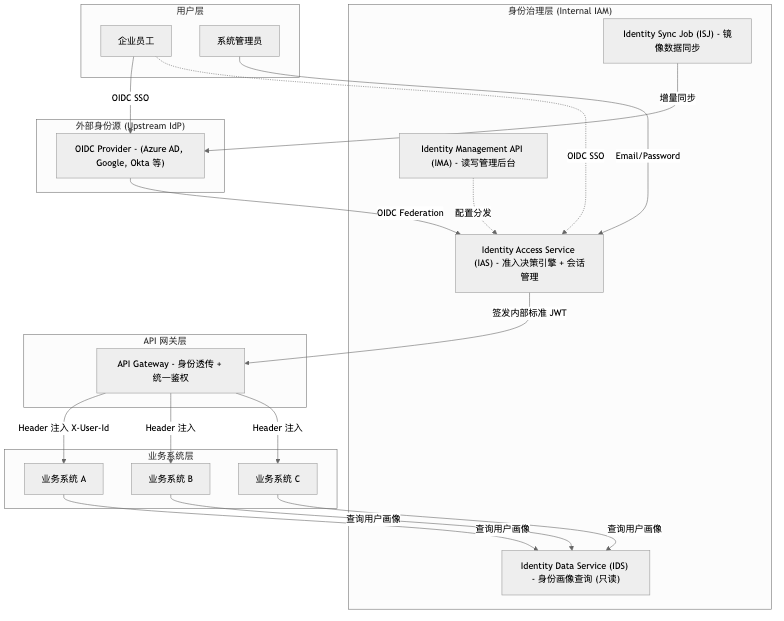
Above: wechat-articles/images/iam-architecture/01-architecture-overview.png in yinghuzhu/yinghuzhu.github.io (Mermaid), before the change. Its source is kept beside it as wechat-articles/images/iam-architecture/01-architecture-overview.mmd. The source it was exported from:
```mermaid
graph TB
    subgraph U["用户层"]
        EU["企业员工"]
        AD["系统管理员"]
    end

    subgraph A["外部身份源 (Upstream IdP)"]
        IDP["OIDC Provider - (Azure AD, Google, Okta 等)"]
    end

    subgraph I["身份治理层 (Internal IAM)"]
        IAS["Identity Access Service (IAS) - 准入决策引擎 + 会话管理"]
        IMA["Identity Management API (IMA) - 读写管理后台"]
        IDS["Identity Data Service (IDS) - 身份画像查询 (只读)"]
        ISJ["Identity Sync Job (ISJ) - 镜像数据同步"]
    end

    subgraph G["API 网关层"]
        GW["API Gateway - 身份透传 + 统一鉴权"]
    end

    subgraph B["业务系统层"]
        APP1["业务系统 A"]
        APP2["业务系统 B"]
        APP3["业务系统 C"]
    end

    EU -->|OIDC SSO| IDP
    EU -.->|OIDC SSO| IAS
    IDP -->|OIDC Federation| IAS
    AD -->|Email/Password| IAS

    IAS -->|签发内部标准 JWT| GW
    GW -->|Header 注入 X-User-Id| APP1
    GW -->|Header 注入| APP2
    GW -->|Header 注入| APP3

    APP1 -->|查询用户画像| IDS
    APP2 -->|查询用户画像| IDS
    APP3 -->|查询用户画像| IDS

    IMA -.->|配置分发| IAS
    ISJ -->|增量同步| IDP
```
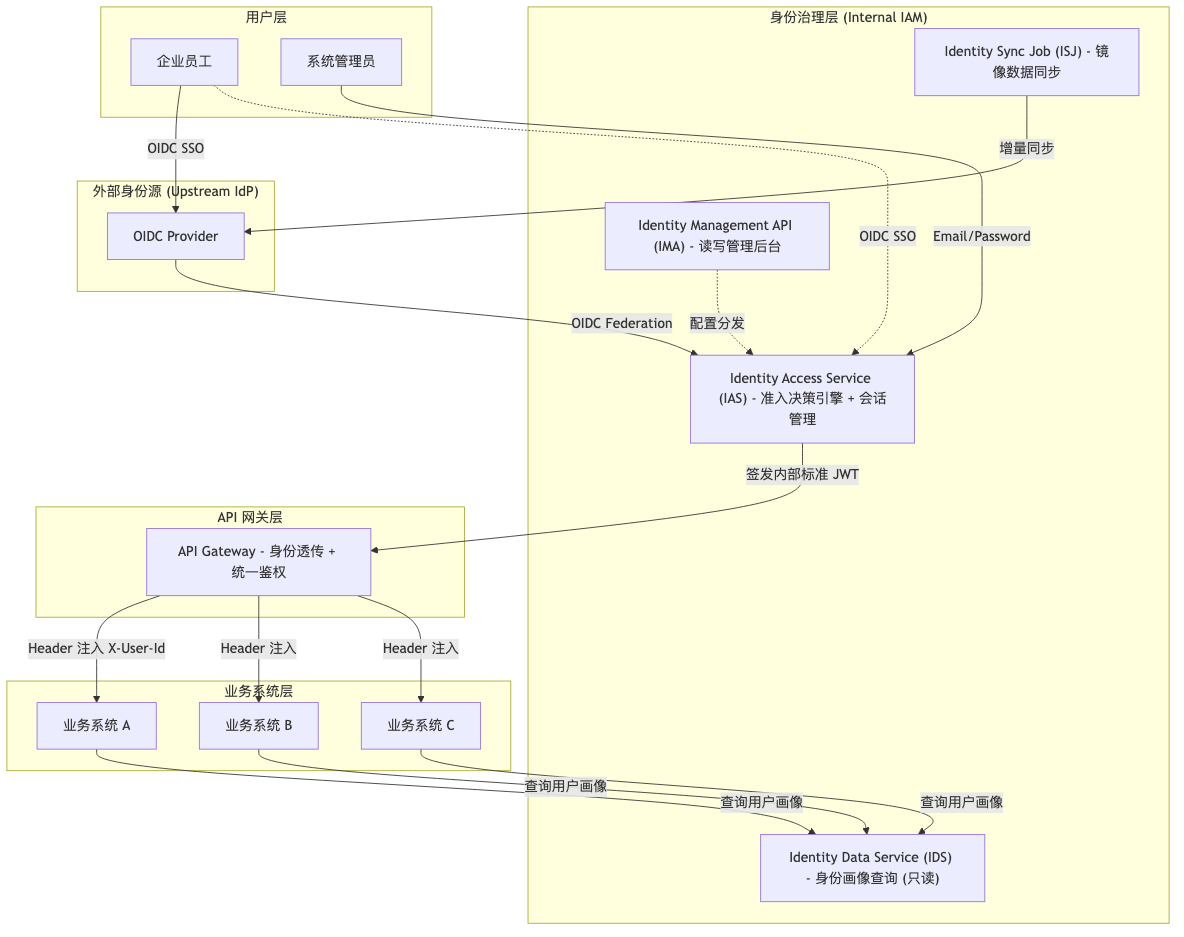
The same diagram one commit later.

Change to the diagram source:
```diff
@@ -5,7 +5,7 @@
     end
 
     subgraph A["外部身份源 (Upstream IdP)"]
-        IDP["OIDC Provider - (Azure AD, Google, Okta 等)"]
+        IDP["OIDC Provider"]
     end
 
     subgraph I["身份治理层 (Internal IAM)"]
```
